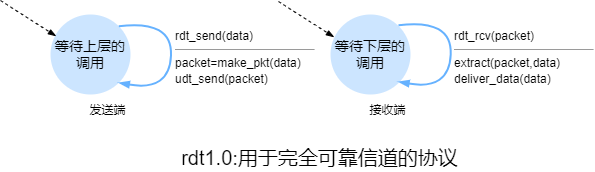
Earlier version of the draw.io export compute-networking/img/compute-networking_20.png (an-die-freude/computer-network-note). Source tidied: cells renumbered, new cells last; positions are measured from the earlier drawing's top-left corner, leaving out a move shared by most shapes.
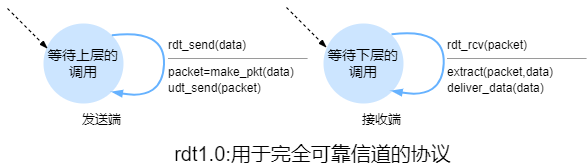
The same diagram one commit later.

Commit message:
compute networking

Change to the diagram source:
```diff
@@ -26,32 +26,32 @@
         </Array>
       </mxGeometry>
     </mxCell>
-    <mxCell id="6" style="endArrow=blockThin;html=1;rounded=0;strokeWidth=1;curved=1;elbow=vertical;entryX=0;entryY=0;entryDx=0;entryDy=0;dashed=1;endFill=1;" parent="1" edge="1">
-      <mxGeometry relative="1" as="geometry">
-        <mxPoint x="278" y="1" as="sourcePoint" />
-        <mxPoint x="333.7" y="36.7" as="targetPoint" />
-      </mxGeometry>
-    </mxCell>
-    <mxCell id="7" value="&lt;p style=&quot;margin: 4px 0px 0px;&quot;&gt;rdt_send(data)&lt;/p&gt;&lt;hr size=&quot;1&quot;&gt;&lt;div style=&quot;height:2px;&quot;&gt;packet=make_pkt(data)&lt;/div&gt;&lt;div style=&quot;height:2px;&quot;&gt;&lt;br&gt;&lt;/div&gt;&lt;div style=&quot;height:2px;&quot;&gt;&lt;br&gt;&lt;/div&gt;&lt;div style=&quot;height:2px;&quot;&gt;&lt;br&gt;&lt;/div&gt;&lt;div style=&quot;height:2px;&quot;&gt;&lt;br&gt;&lt;/div&gt;&lt;div style=&quot;height:2px;&quot;&gt;&lt;br&gt;&lt;/div&gt;&lt;div style=&quot;height:2px;&quot;&gt;&lt;br&gt;&lt;/div&gt;&lt;div style=&quot;height:2px;&quot;&gt;&lt;br&gt;&lt;/div&gt;&lt;div style=&quot;height:2px;&quot;&gt;udt_send(packet)&lt;/div&gt;" style="verticalAlign=top;align=left;overflow=fill;fontSize=12;fontFamily=Helvetica;html=1;strokeColor=none;" parent="1" vertex="1">
+    <mxCell id="7" value="&lt;p style=&quot;margin: 4px 0px 0px;&quot;&gt;rdt_send(data)&lt;/p&gt;&lt;hr size=&quot;1&quot;&gt;&lt;div style=&quot;height:2px;&quot;&gt;packet=make_pkt(data)&lt;/div&gt;&lt;div style=&quot;height:2px;&quot;&gt;&lt;br&gt;&lt;/div&gt;&lt;div style=&quot;height:2px;&quot;&gt;&lt;br&gt;&lt;/div&gt;&lt;div style=&quot;height:2px;&quot;&gt;&lt;br&gt;&lt;/div&gt;&lt;div style=&quot;height:2px;&quot;&gt;&lt;br&gt;&lt;/div&gt;&lt;div style=&quot;height:2px;&quot;&gt;&lt;br&gt;&lt;/div&gt;&lt;div style=&quot;height:2px;&quot;&gt;&lt;br&gt;&lt;/div&gt;&lt;div style=&quot;height:2px;&quot;&gt;&lt;br&gt;&lt;/div&gt;&lt;div style=&quot;height:2px;&quot;&gt;udt_send(packet)&lt;/div&gt;" style="verticalAlign=top;align=left;overflow=fill;fontSize=12;fontFamily=Helvetica;html=1;strokeColor=none;fillColor=none;" parent="1" vertex="1">
       <mxGeometry x="175" y="25" width="140" height="60" as="geometry" />
     </mxCell>
-    <mxCell id="8" value="&lt;p style=&quot;margin: 4px 0px 0px;&quot;&gt;rdt_rcv(packet)&lt;/p&gt;&lt;hr size=&quot;1&quot;&gt;&lt;div style=&quot;height:2px;&quot;&gt;extract(packet,data)&lt;/div&gt;&lt;div style=&quot;height:2px;&quot;&gt;&lt;br&gt;&lt;/div&gt;&lt;div style=&quot;height:2px;&quot;&gt;&lt;br&gt;&lt;/div&gt;&lt;div style=&quot;height:2px;&quot;&gt;&lt;br&gt;&lt;/div&gt;&lt;div style=&quot;height:2px;&quot;&gt;&lt;br&gt;&lt;/div&gt;&lt;div style=&quot;height:2px;&quot;&gt;&lt;br&gt;&lt;/div&gt;&lt;div style=&quot;height:2px;&quot;&gt;&lt;br&gt;&lt;/div&gt;&lt;div style=&quot;height:2px;&quot;&gt;&lt;br&gt;&lt;/div&gt;&lt;div style=&quot;height:2px;&quot;&gt;deliver_data(data)&lt;/div&gt;" style="verticalAlign=top;align=left;overflow=fill;fontSize=12;fontFamily=Helvetica;html=1;strokeColor=none;" parent="1" vertex="1">
+    <mxCell id="8" value="&lt;p style=&quot;margin: 4px 0px 0px;&quot;&gt;rdt_rcv(packet)&lt;/p&gt;&lt;hr size=&quot;1&quot;&gt;&lt;div style=&quot;height:2px;&quot;&gt;extract(packet,data)&lt;/div&gt;&lt;div style=&quot;height:2px;&quot;&gt;&lt;br&gt;&lt;/div&gt;&lt;div style=&quot;height:2px;&quot;&gt;&lt;br&gt;&lt;/div&gt;&lt;div style=&quot;height:2px;&quot;&gt;&lt;br&gt;&lt;/div&gt;&lt;div style=&quot;height:2px;&quot;&gt;&lt;br&gt;&lt;/div&gt;&lt;div style=&quot;height:2px;&quot;&gt;&lt;br&gt;&lt;/div&gt;&lt;div style=&quot;height:2px;&quot;&gt;&lt;br&gt;&lt;/div&gt;&lt;div style=&quot;height:2px;&quot;&gt;&lt;br&gt;&lt;/div&gt;&lt;div style=&quot;height:2px;&quot;&gt;deliver_data(data)&lt;/div&gt;" style="verticalAlign=top;align=left;overflow=fill;fontSize=12;fontFamily=Helvetica;html=1;strokeColor=none;fillColor=none;" parent="1" vertex="1">
       <mxGeometry x="454" y="25" width="140" height="60" as="geometry" />
     </mxCell>
-    <mxCell id="9" value="发送端" style="text;html=1;align=center;verticalAlign=middle;strokeColor=none;fillColor=none;fontSize=12;" parent="1" vertex="1">
-      <mxGeometry x="84" y="101" width="46" height="18" as="geometry" />
+    <mxCell id="9" value="发送端" style="text;html=1;align=center;verticalAlign=middle;strokeColor=none;fillColor=none;fontSize=13;" parent="1" vertex="1">
+      <mxGeometry x="83" y="100" width="49" height="20" as="geometry" />
     </mxCell>
-    <mxCell id="10" value="接收端" style="text;html=1;align=center;verticalAlign=middle;strokeColor=none;fillColor=none;fontSize=12;" parent="1" vertex="1">
-      <mxGeometry x="364" y="101" width="46" height="18" as="geometry" />
+    <mxCell id="10" value="接收端" style="text;html=1;align=center;verticalAlign=middle;strokeColor=none;fillColor=none;fontSize=13;" parent="1" vertex="1">
+      <mxGeometry x="363" y="100" width="49" height="20" as="geometry" />
     </mxCell>
     <mxCell id="11" value="rdt1.0:用于完全可靠信道的协议" style="text;html=1;align=center;verticalAlign=middle;strokeColor=none;fillColor=none;fontSize=20;" parent="1" vertex="1">
-      <mxGeometry x="175" y="143" width="287" height="28" as="geometry" />
+      <mxGeometry x="175" y="130" width="287" height="28" as="geometry" />
     </mxCell>
-    <mxCell id="12" style="endArrow=blockThin;html=1;rounded=0;strokeWidth=1;curved=1;elbow=vertical;entryX=0;entryY=0;entryDx=0;entryDy=0;dashed=1;endFill=1;" parent="1" edge="1">
-      <mxGeometry relative="1" as="geometry">
-        <mxPoint as="sourcePoint" />
-        <mxPoint x="55.7" y="35.7" as="targetPoint" />
-      </mxGeometry>
-    </mxCell>
+    <mxCell id="13" style="endArrow=blockThin;html=1;rounded=0;dashed=1;endFill=1;" parent="1" edge="1">
+      <mxGeometry relative="1" as="geometry">
+        <mxPoint x="293" y="-2" as="sourcePoint" />
+        <mxPoint x="333" y="38" as="targetPoint" />
+      </mxGeometry>
+    </mxCell>
+    <mxCell id="14" style="endArrow=blockThin;html=1;rounded=0;dashed=1;endFill=1;" parent="1" edge="1">
+      <mxGeometry relative="1" as="geometry">
+        <mxPoint x="14" y="-1" as="sourcePoint" />
+        <mxPoint x="54" y="39" as="targetPoint" />
+      </mxGeometry>
+    </mxCell>
   </root>
 </mxGraphModel>
```
